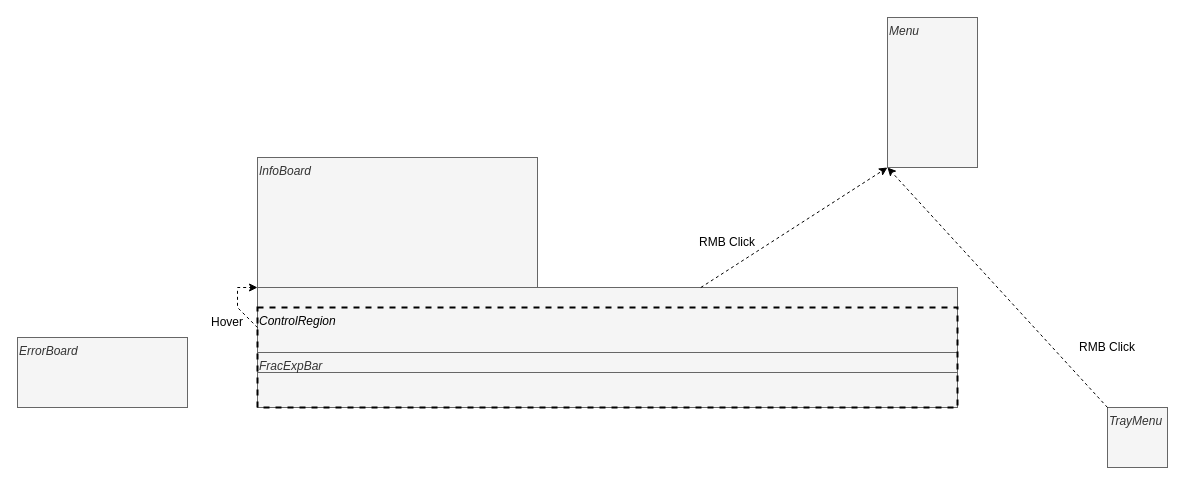
underwatergrasshopper/poe_exp_after_dot keeps this draw.io diagram as docs/diagrams/GUI_Layout.drawio. Above is the earlier version. Source tidied: cells renumbered, new cells numbered last; positions are measured from the earlier drawing's top-left corner, leaving out a move shared by most shapes. Both pictures are drawn from the tidied source at 100%, with x=0, y=0 at pixel (17, 17).
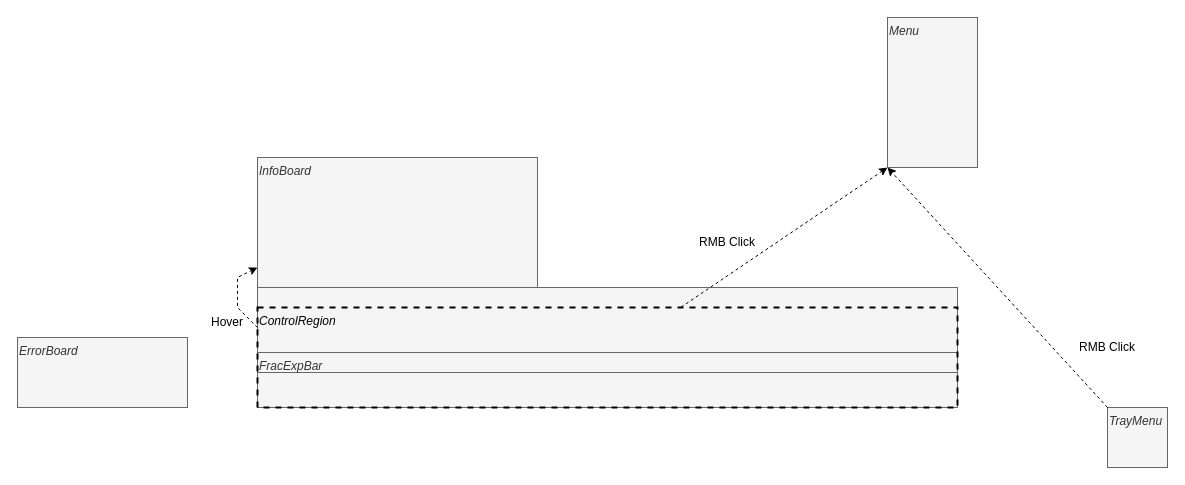
The same diagram, later.

Diff of the diagram source:
```diff
@@
 <mxGraphModel>
   <root>
     <mxCell id="0" />
     <mxCell id="1" parent="0" />
     <mxCell id="2" value="InfoBoard" style="rounded=0;whiteSpace=wrap;html=1;fontFamily=Inconsolata;align=left;verticalAlign=top;fillColor=#f5f5f5;fontColor=#333333;strokeColor=#666666;fontStyle=2;" parent="1" vertex="1">
       <mxGeometry x="240" y="140" width="280" height="130" as="geometry" />
     </mxCell>
     <mxCell id="3" style="rounded=0;whiteSpace=wrap;html=1;fontFamily=Inconsolata;align=left;verticalAlign=top;fillColor=#f5f5f5;fontColor=#333333;strokeColor=#666666;fontStyle=2;" parent="1" vertex="1">
       <mxGeometry x="240" y="270" width="700" height="120" as="geometry" />
     </mxCell>
     <mxCell id="4" value="FracExpBar" style="rounded=0;whiteSpace=wrap;html=1;fontFamily=Inconsolata;align=left;verticalAlign=top;fillColor=#f5f5f5;fontColor=#333333;strokeColor=#666666;fontStyle=2;" parent="1" vertex="1">
       <mxGeometry x="240" y="335" width="700" height="20" as="geometry" />
     </mxCell>
     <mxCell id="5" value="Menu" style="rounded=0;whiteSpace=wrap;html=1;fontFamily=Inconsolata;align=left;verticalAlign=top;fillColor=#f5f5f5;fontColor=#333333;strokeColor=#666666;fontStyle=2;" parent="1" vertex="1">
       <mxGeometry x="870" width="90" height="150" as="geometry" />
     </mxCell>
     <mxCell id="6" value="TrayMenu" style="rounded=0;whiteSpace=wrap;html=1;fontFamily=Inconsolata;align=left;verticalAlign=top;fillColor=#f5f5f5;fontColor=#333333;strokeColor=#666666;fontStyle=2;" parent="1" vertex="1">
       <mxGeometry x="1090" y="390" width="60" height="60" as="geometry" />
     </mxCell>
     <mxCell id="7" value="RMB Click" style="text;html=1;strokeColor=none;fillColor=none;align=center;verticalAlign=middle;whiteSpace=wrap;rounded=0;fontFamily=Inconsolata;" parent="1" vertex="1">
       <mxGeometry x="680" y="210" width="60" height="30" as="geometry" />
     </mxCell>
-    <mxCell id="8" style="endArrow=classic;html=1;rounded=0;dashed=1;entryX=0;entryY=1;entryDx=0;entryDy=0;fontFamily=Inconsolata;" parent="1" edge="1" source="3" target="5">
+    <mxCell id="8" style="endArrow=classic;html=1;rounded=0;dashed=1;entryX=0;entryY=1;entryDx=0;entryDy=0;fontFamily=Inconsolata;exitX=0.605;exitY=-0.003;exitDx=0;exitDy=0;exitPerimeter=0;" parent="1" edge="1" source="14" target="5">
       <mxGeometry relative="1" as="geometry" />
     </mxCell>
     <mxCell id="9" style="endArrow=classic;html=1;rounded=0;dashed=1;entryX=0;entryY=1;entryDx=0;entryDy=0;exitX=0;exitY=0;exitDx=0;exitDy=0;fontFamily=Inconsolata;" parent="1" edge="1" source="6" target="5">
       <mxGeometry relative="1" as="geometry" />
     </mxCell>
-    <mxCell id="10" style="endArrow=classic;html=1;rounded=0;dashed=1;entryX=0;entryY=1;entryDx=0;entryDy=0;fontFamily=Inconsolata;exitX=0;exitY=0.334;exitDx=0;exitDy=0;exitPerimeter=0;" parent="1" edge="1" source="3" target="2">
+    <mxCell id="10" style="endArrow=classic;html=1;rounded=0;dashed=1;fontFamily=Inconsolata;exitX=0;exitY=0.334;exitDx=0;exitDy=0;exitPerimeter=0;" parent="1" edge="1" source="3">
       <mxGeometry relative="1" as="geometry">
+        <mxPoint x="240" y="250" as="targetPoint" />
         <Array as="points">
           <mxPoint x="220" y="290" />
-          <mxPoint x="220" y="270" />
+          <mxPoint x="220" y="260" />
         </Array>
       </mxGeometry>
     </mxCell>
     <mxCell id="11" value="Hover" style="text;html=1;strokeColor=none;fillColor=none;align=center;verticalAlign=middle;whiteSpace=wrap;rounded=0;fontFamily=Inconsolata;" parent="1" vertex="1">
       <mxGeometry x="180" y="290" width="60" height="30" as="geometry" />
     </mxCell>
     <mxCell id="12" value="RMB Click" style="text;html=1;strokeColor=none;fillColor=none;align=center;verticalAlign=middle;whiteSpace=wrap;rounded=0;fontFamily=Inconsolata;" parent="1" vertex="1">
       <mxGeometry x="1060" y="315" width="60" height="30" as="geometry" />
     </mxCell>
     <mxCell id="13" value="ErrorBoard" style="rounded=0;whiteSpace=wrap;html=1;fontFamily=Inconsolata;align=left;verticalAlign=top;fillColor=#f5f5f5;fontColor=#333333;strokeColor=#666666;fontStyle=2;" parent="1" vertex="1">
       <mxGeometry y="320" width="170" height="70" as="geometry" />
     </mxCell>
     <mxCell id="14" value="&lt;i&gt;ControlRegion&lt;/i&gt;" style="rounded=0;whiteSpace=wrap;html=1;fillColor=none;dashed=1;fontFamily=Inconsolata;strokeWidth=2;align=left;verticalAlign=top;" parent="1" vertex="1">
       <mxGeometry x="240" y="290" width="700" height="100" as="geometry" />
     </mxCell>
   </root>
 </mxGraphModel>
```
